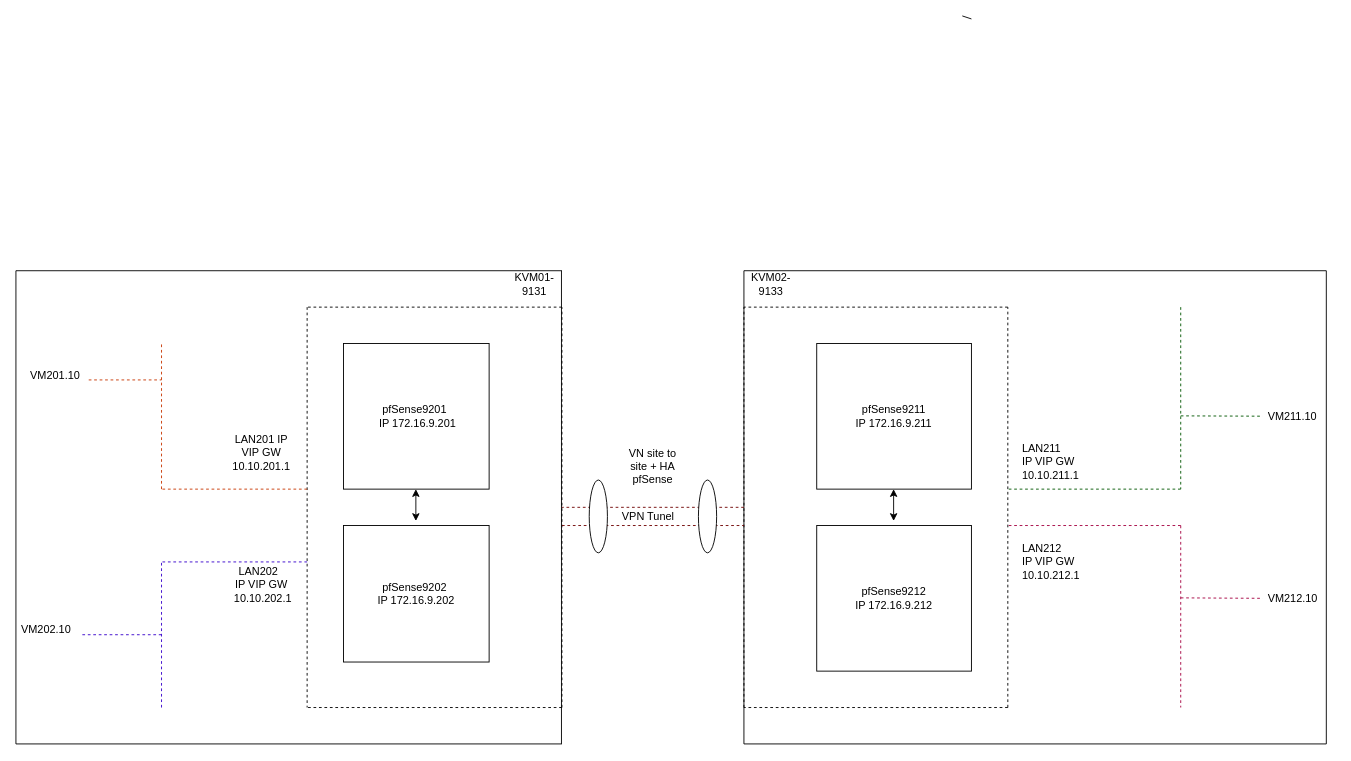
This is Network-Basic/Firewall-pfSense/19_HA_pfSense_IPSEC.drawio from tudv1989/THUCTAPNHANHOA2025-HATANG, a draw.io file, before an edit. Source tidied: cells renumbered, new cells numbered last; positions are measured from the earlier drawing's top-left corner, leaving out a move shared by most shapes. Both pictures are drawn from the tidied source at 91%, with x=0, y=0 at pixel (15, 15).
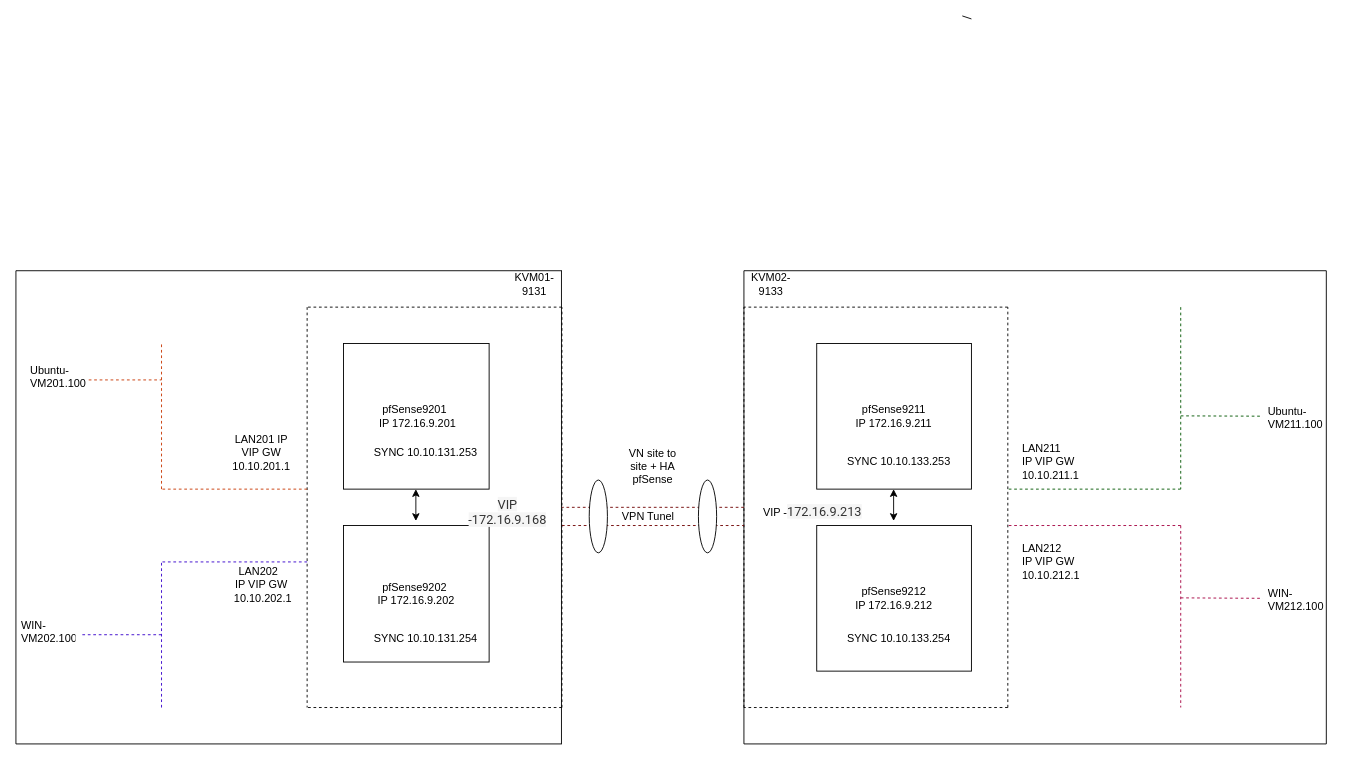
Above is the later version.

Diff of the diagram source:
```diff
@@
-    <mxCell id="26" value="VM201.10" style="text;strokeColor=none;fillColor=none;align=left;verticalAlign=middle;spacingLeft=4;spacingRight=4;overflow=hidden;whiteSpace=wrap;html=1;" parent="1" vertex="1">
+    <mxCell id="26" value="Ubuntu-VM201.100" style="text;strokeColor=none;fillColor=none;align=left;verticalAlign=middle;spacingLeft=4;spacingRight=4;overflow=hidden;whiteSpace=wrap;html=1;" parent="1" vertex="1">
       <mxGeometry x="10" y="380" width="80" height="30" as="geometry" />
     </mxCell>
-    <mxCell id="27" value="VM202.10" style="text;strokeColor=none;fillColor=none;align=left;verticalAlign=middle;spacingLeft=4;spacingRight=4;overflow=hidden;whiteSpace=wrap;html=1;" parent="1" vertex="1">
+    <mxCell id="27" value="WIN-VM202.100" style="text;strokeColor=none;fillColor=none;align=left;verticalAlign=middle;spacingLeft=4;spacingRight=4;overflow=hidden;whiteSpace=wrap;html=1;" parent="1" vertex="1">
       <mxGeometry y="660" width="70" height="30" as="geometry" />
     </mxCell>
@@
-    <mxCell id="38" value="VM211.10" style="text;strokeColor=none;fillColor=none;align=left;verticalAlign=middle;spacingLeft=4;spacingRight=4;overflow=hidden;points=[[0,0.5],[1,0.5]];portConstraint=eastwest;whiteSpace=wrap;html=1;" parent="1" vertex="1">
+    <mxCell id="38" value="Ubuntu-VM211.100" style="text;strokeColor=none;fillColor=none;align=left;verticalAlign=middle;spacingLeft=4;spacingRight=4;overflow=hidden;points=[[0,0.5],[1,0.5]];portConstraint=eastwest;whiteSpace=wrap;html=1;" parent="1" vertex="1">
       <mxGeometry x="1370" y="425" width="80" height="30" as="geometry" />
     </mxCell>
@@
-    <mxCell id="40" value="VM212.10" style="text;strokeColor=none;fillColor=none;align=left;verticalAlign=middle;spacingLeft=4;spacingRight=4;overflow=hidden;whiteSpace=wrap;html=1;" parent="1" vertex="1">
+    <mxCell id="40" value="WIN-VM212.100" style="text;strokeColor=none;fillColor=none;align=left;verticalAlign=middle;spacingLeft=4;spacingRight=4;overflow=hidden;whiteSpace=wrap;html=1;" parent="1" vertex="1">
       <mxGeometry x="1370" y="625" width="80" height="30" as="geometry" />
     </mxCell>
@@
+    <mxCell id="53" value="VIP -&lt;span style=&quot;color: rgb(51, 51, 51); font-family: Roboto, sans-serif; font-size: 14px; text-align: left; text-wrap-mode: wrap; background-color: rgb(245, 245, 245);&quot;&gt;172.16.9.213&lt;/span&gt;" style="text;html=1;align=center;verticalAlign=middle;strokeColor=none;fillColor=none;" parent="1" vertex="1">
+      <mxGeometry x="810" y="530" width="130" height="30" as="geometry" />
+    </mxCell>
+    <mxCell id="54" value="&lt;span style=&quot;color: rgb(51, 51, 51); font-family: Roboto, sans-serif; font-size: 14px; text-align: left; text-wrap-mode: wrap; background-color: rgb(245, 245, 245);&quot;&gt;VIP -172.16.9.168&lt;/span&gt;" style="text;html=1;align=center;verticalAlign=middle;strokeColor=none;fillColor=none;" parent="1" vertex="1">
+      <mxGeometry x="470" y="530" width="140" height="30" as="geometry" />
+    </mxCell>
+    <mxCell id="55" value="SYNC 10.10.131.253" style="text;html=1;align=center;verticalAlign=middle;strokeColor=none;fillColor=none;" parent="1" vertex="1">
+      <mxGeometry x="380" y="465" width="140" height="30" as="geometry" />
+    </mxCell>
+    <mxCell id="56" value="SYNC 10.10.131.254" style="text;html=1;align=center;verticalAlign=middle;strokeColor=none;fillColor=none;" parent="1" vertex="1">
+      <mxGeometry x="380" y="670" width="140" height="30" as="geometry" />
+    </mxCell>
+    <mxCell id="57" value="SYNC 10.10.133.253" style="text;html=1;align=center;verticalAlign=middle;strokeColor=none;fillColor=none;" parent="1" vertex="1">
+      <mxGeometry x="900" y="475" width="140" height="30" as="geometry" />
+    </mxCell>
+    <mxCell id="58" value="SYNC 10.10.133.254" style="text;html=1;align=center;verticalAlign=middle;strokeColor=none;fillColor=none;" parent="1" vertex="1">
+      <mxGeometry x="900" y="670" width="140" height="30" as="geometry" />
+    </mxCell>
```
